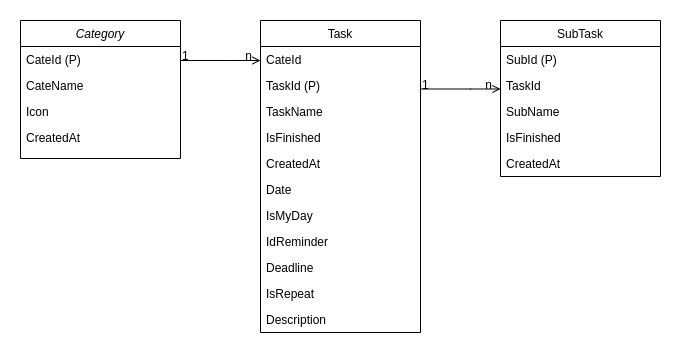
Before: docs/database-diagram.png, a diagram exported from draw.io (quangsang1998/design). Source tidied: cells renumbered, new cells last; positions are measured from the earlier drawing's top-left corner, leaving out a move shared by most shapes.
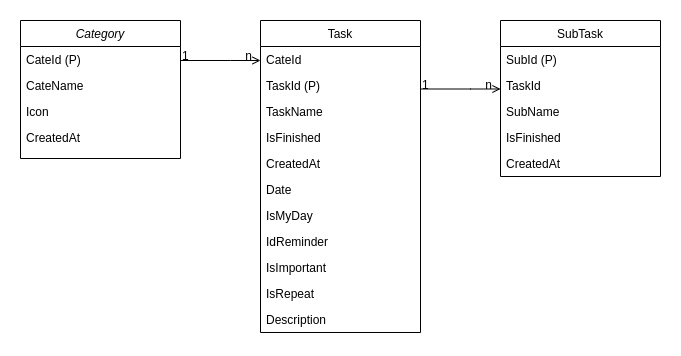
The same file after the commit.

What changed in the source:
```diff
@@ -62,7 +62,7 @@
     <mxCell id="21" value="IdReminder" style="text;align=left;verticalAlign=top;spacingLeft=4;spacingRight=4;overflow=hidden;" parent="13" vertex="1">
       <mxGeometry y="208" width="160" height="26" as="geometry" />
     </mxCell>
-    <mxCell id="22" value="Deadline" style="text;align=left;verticalAlign=top;spacingLeft=4;spacingRight=4;overflow=hidden;" parent="13" vertex="1">
+    <mxCell id="22" value="IsImportant" style="text;align=left;verticalAlign=top;spacingLeft=4;spacingRight=4;overflow=hidden;" parent="13" vertex="1">
       <mxGeometry y="234" width="160" height="26" as="geometry" />
     </mxCell>
     <mxCell id="23" value="IsRepeat" style="text;align=left;verticalAlign=top;spacingLeft=4;spacingRight=4;overflow=hidden;" parent="13" vertex="1">
```
